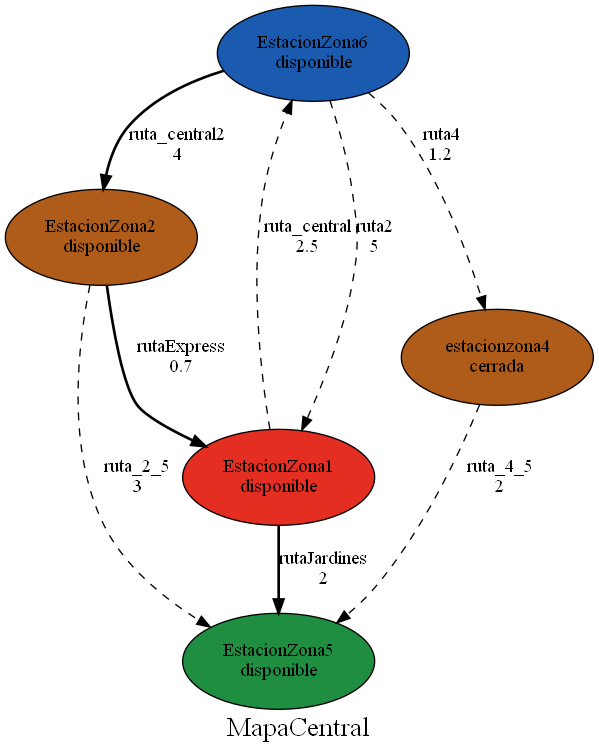
Before: Images/Mapa.gv.png, a diagram exported from Graphviz (AdrianMolina2000/-LF-Proyecto1). Its source is kept beside it as Images/Mapa.gv.
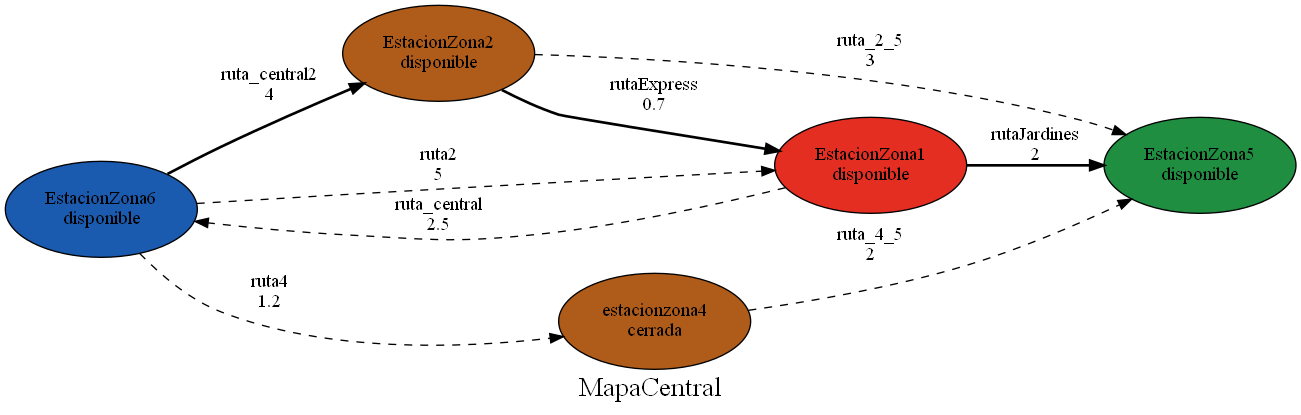
Later version of the same file.

What changed in the source:
```diff
@@ -33,4 +33,5 @@
 	overlap=false
 	label=MapaCentral
 	fontsize=20
+	rankdir=LR
 }
```
